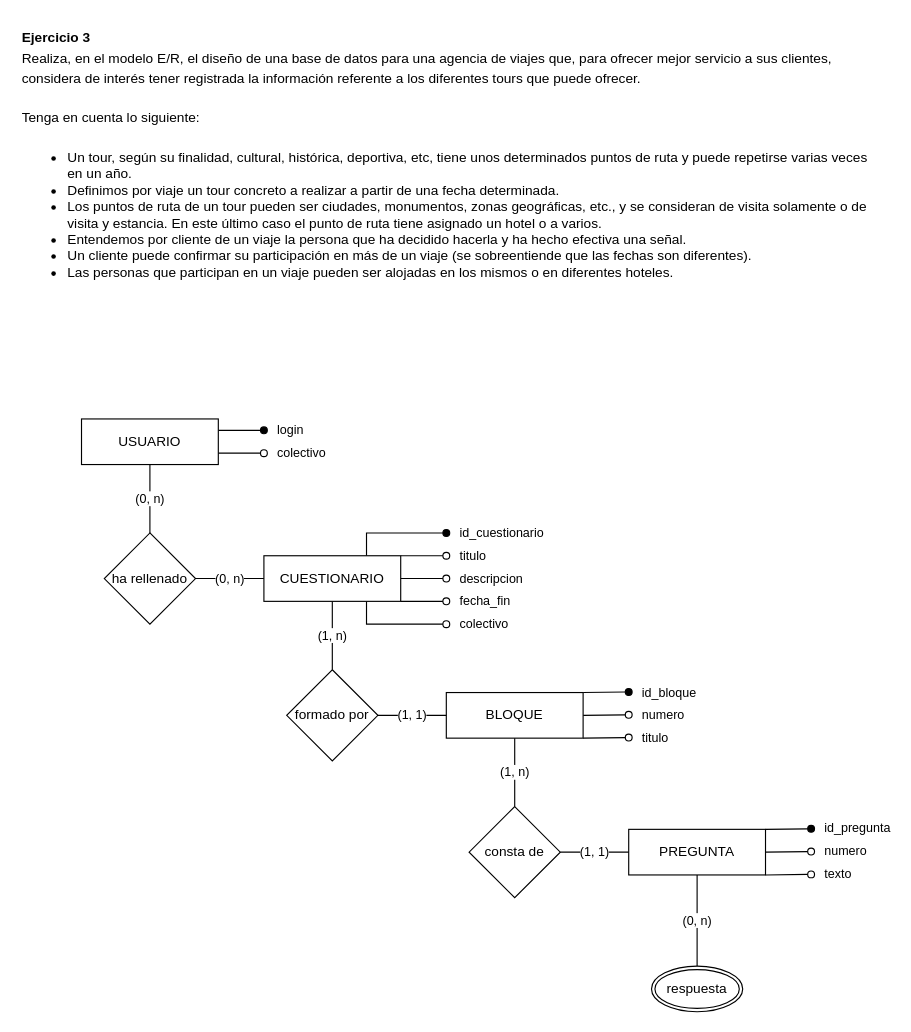
Before: ~Base de Datos/Itinerario 03/Ejercicio3.drawio in zherar7ordoya/AP4, a draw.io diagram. Source tidied: cells renumbered, new cells numbered last; positions are measured from the earlier drawing's top-left corner, leaving out a move shared by most shapes. Both pictures are drawn from the tidied source at 114%, with x=0, y=0 at pixel (19, 19).
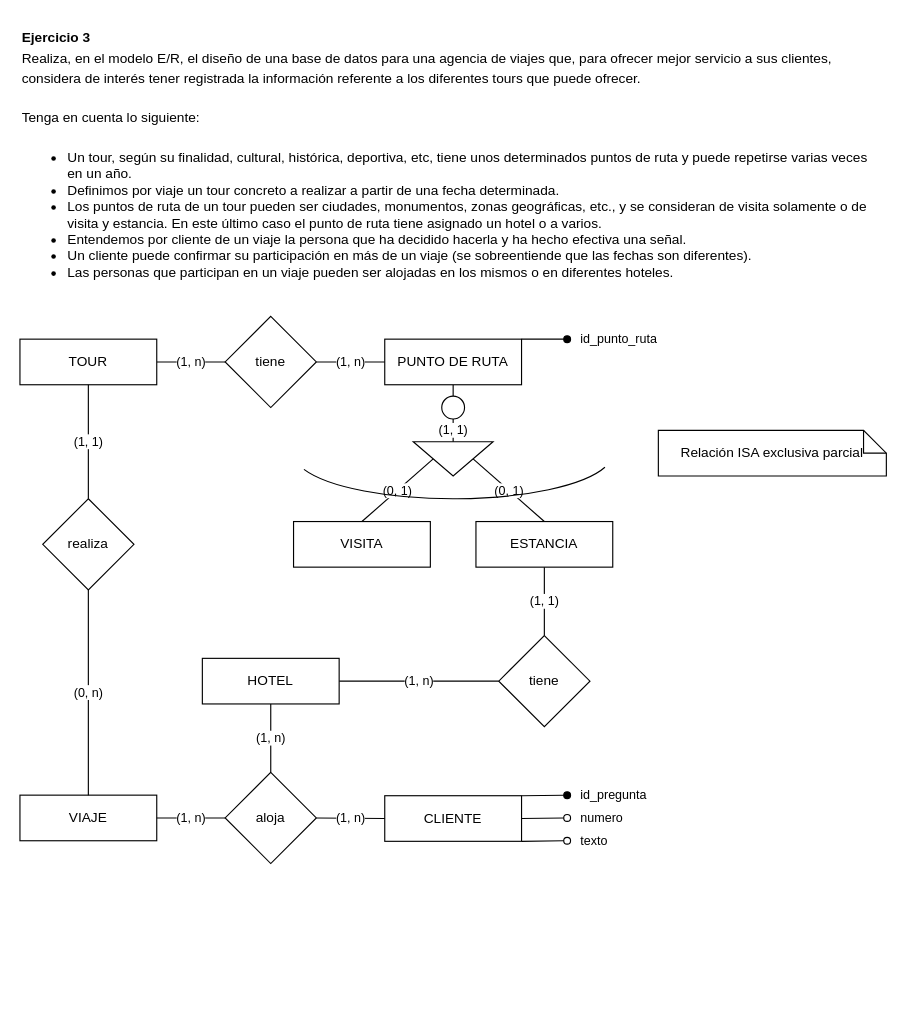
Above is the later version.

Diff of the diagram source:
```diff
@@
-    <mxCell id="2" value="login" style="edgeStyle=none;rounded=0;jettySize=auto;html=1;endArrow=oval;endFill=1;startArrow=none;startFill=0;labelPosition=center;verticalLabelPosition=middle;align=left;verticalAlign=middle;exitX=1;exitY=0.25;exitDx=0;exitDy=0;" parent="1" edge="1" source="5">
-      <mxGeometry x="1" y="10" relative="1" as="geometry">
-        <mxPoint x="214" y="360" as="targetPoint" />
-        <mxPoint x="10" y="10" as="offset" />
-      </mxGeometry>
-    </mxCell>
-    <mxCell id="3" value="(0, n)" style="edgeStyle=none;rounded=0;jettySize=auto;html=1;exitX=0.5;exitY=1;exitDx=0;exitDy=0;startArrow=none;startFill=0;endArrow=none;endFill=0;" parent="1" edge="1" source="5" target="18">
+    <mxCell id="3" value="(1, n)" style="edgeStyle=none;rounded=0;jettySize=auto;html=1;exitX=1;exitY=0.5;exitDx=0;exitDy=0;startArrow=none;startFill=0;endArrow=none;endFill=0;" parent="1" edge="1" source="5" target="18">
       <mxGeometry relative="1" as="geometry" />
     </mxCell>
-    <mxCell id="4" value="colectivo" style="rounded=0;jettySize=auto;html=1;exitX=1;exitY=0.75;exitDx=0;exitDy=0;endArrow=oval;endFill=0;align=left;labelPosition=center;verticalLabelPosition=middle;verticalAlign=middle;" parent="1" edge="1" source="5">
-      <mxGeometry x="1" y="10" relative="1" as="geometry">
-        <mxPoint x="214" y="380" as="targetPoint" />
-        <mxPoint x="10" y="10" as="offset" />
-      </mxGeometry>
-    </mxCell>
-    <mxCell id="5" value="USUARIO" style="whiteSpace=wrap;html=1;align=center;" parent="1" vertex="1">
-      <mxGeometry x="54" y="350" width="120" height="40" as="geometry" />
+    <mxCell id="5" value="TOUR" style="whiteSpace=wrap;html=1;align=center;" parent="1" vertex="1">
+      <mxGeometry y="280" width="120" height="40" as="geometry" />
     </mxCell>
-    <mxCell id="6" value="id_cuestionario" style="rounded=0;jettySize=auto;html=1;exitX=0.75;exitY=0;exitDx=0;exitDy=0;startArrow=none;startFill=0;endArrow=oval;endFill=1;labelPosition=center;verticalLabelPosition=middle;align=left;verticalAlign=middle;" parent="1" edge="1" source="12">
-      <mxGeometry x="1" y="10" relative="1" as="geometry">
-        <mxPoint x="374" y="450" as="targetPoint" />
-        <Array as="points">
-          <mxPoint x="304" y="450" />
-        </Array>
-        <mxPoint x="10" y="10" as="offset" />
-      </mxGeometry>
-    </mxCell>
-    <mxCell id="7" value="colectivo" style="edgeStyle=orthogonalEdgeStyle;rounded=0;jettySize=auto;html=1;exitX=0.75;exitY=1;exitDx=0;exitDy=0;startArrow=none;startFill=0;endArrow=oval;endFill=0;labelPosition=center;verticalLabelPosition=middle;align=left;verticalAlign=middle;" parent="1" edge="1" source="12">
-      <mxGeometry x="1" y="-10" relative="1" as="geometry">
-        <mxPoint x="374" y="530" as="targetPoint" />
-        <Array as="points">
-          <mxPoint x="304" y="530" />
-        </Array>
-        <mxPoint x="10" y="-10" as="offset" />
-      </mxGeometry>
-    </mxCell>
-    <mxCell id="8" value="(1, n)" style="edgeStyle=none;rounded=0;jettySize=auto;html=1;exitX=0.5;exitY=1;exitDx=0;exitDy=0;entryX=0.5;entryY=0;entryDx=0;entryDy=0;startArrow=none;startFill=0;endArrow=none;endFill=0;" parent="1" edge="1" source="12" target="20">
+    <mxCell id="8" value="(1, 1)" style="edgeStyle=none;rounded=0;jettySize=auto;html=1;exitX=0.5;exitY=1;exitDx=0;exitDy=0;entryX=0.5;entryY=0;entryDx=0;entryDy=0;startArrow=none;startFill=0;endArrow=none;endFill=0;" parent="1" edge="1" source="5" target="20">
       <mxGeometry relative="1" as="geometry" />
     </mxCell>
-    <mxCell id="9" value="fecha_fin" style="rounded=1;sketch=0;jettySize=auto;html=1;exitX=1;exitY=1;exitDx=0;exitDy=0;endArrow=oval;endFill=0;align=left;labelPosition=center;verticalLabelPosition=middle;verticalAlign=middle;" parent="1" edge="1" source="12">
-      <mxGeometry x="1" y="10" relative="1" as="geometry">
-        <mxPoint x="374" y="510" as="targetPoint" />
-        <mxPoint x="10" y="10" as="offset" />
-      </mxGeometry>
-    </mxCell>
-    <mxCell id="10" value="descripcion" style="rounded=1;sketch=0;jettySize=auto;html=1;exitX=1;exitY=0.5;exitDx=0;exitDy=0;endArrow=oval;endFill=0;align=left;labelPosition=center;verticalLabelPosition=middle;verticalAlign=middle;" parent="1" edge="1" source="12">
-      <mxGeometry x="1" y="10" relative="1" as="geometry">
-        <mxPoint x="374" y="490" as="targetPoint" />
-        <mxPoint x="10" y="10" as="offset" />
-      </mxGeometry>
-    </mxCell>
-    <mxCell id="11" value="titulo" style="rounded=1;sketch=0;jettySize=auto;html=1;exitX=1;exitY=0;exitDx=0;exitDy=0;endArrow=oval;endFill=0;align=left;labelPosition=center;verticalLabelPosition=middle;verticalAlign=middle;" parent="1" edge="1" source="12">
-      <mxGeometry x="1" y="10" relative="1" as="geometry">
-        <mxPoint x="374" y="470" as="targetPoint" />
-        <mxPoint x="10" y="10" as="offset" />
-      </mxGeometry>
-    </mxCell>
+    <mxCell id="31" style="edgeStyle=none;curved=1;jettySize=auto;html=1;exitX=0.5;exitY=1;exitDx=0;exitDy=0;entryX=0.5;entryY=0;entryDx=0;entryDy=0;endArrow=none;endFill=0;" parent="1" edge="1" source="12" target="40">
+      <mxGeometry relative="1" as="geometry" />
+    </mxCell>
+    <mxCell id="32" value="id_punto_ruta" style="rounded=0;jettySize=auto;html=1;exitX=1;exitY=0;exitDx=0;exitDy=0;endArrow=oval;endFill=1;align=left;" parent="1" edge="1" source="12">
+      <mxGeometry x="1" y="10" relative="1" as="geometry">
+        <mxPoint x="480" y="280" as="targetPoint" />
+        <mxPoint x="10" y="10" as="offset" />
+      </mxGeometry>
+    </mxCell>
-    <mxCell id="12" value="CUESTIONARIO" style="whiteSpace=wrap;html=1;align=center;" parent="1" vertex="1">
-      <mxGeometry x="214" y="470" width="120" height="40" as="geometry" />
+    <mxCell id="12" value="PUNTO DE RUTA" style="whiteSpace=wrap;html=1;align=center;" parent="1" vertex="1">
+      <mxGeometry x="320" y="280" width="120" height="40" as="geometry" />
     </mxCell>
-    <mxCell id="13" value="id_bloque" style="edgeStyle=none;rounded=0;jettySize=auto;html=1;exitX=1;exitY=0;exitDx=0;exitDy=0;startArrow=none;startFill=0;endArrow=oval;endFill=1;labelPosition=center;verticalLabelPosition=middle;align=left;verticalAlign=middle;" parent="1" edge="1" source="16">
-      <mxGeometry x="1" y="10" relative="1" as="geometry">
-        <mxPoint x="534" y="589.5" as="targetPoint" />
-        <mxPoint x="10" y="10" as="offset" />
-      </mxGeometry>
-    </mxCell>
-    <mxCell id="14" value="numero" style="edgeStyle=none;rounded=0;jettySize=auto;html=1;exitX=1;exitY=0.5;exitDx=0;exitDy=0;startArrow=none;startFill=0;endArrow=oval;endFill=0;labelPosition=center;verticalLabelPosition=middle;align=left;verticalAlign=middle;" parent="1" edge="1" source="16">
-      <mxGeometry x="1" y="10" relative="1" as="geometry">
-        <mxPoint x="534" y="609.5" as="targetPoint" />
-        <mxPoint x="10" y="10" as="offset" />
-      </mxGeometry>
-    </mxCell>
-    <mxCell id="15" value="titulo" style="rounded=1;sketch=0;jettySize=auto;html=1;exitX=1;exitY=1;exitDx=0;exitDy=0;endArrow=oval;endFill=0;align=left;labelPosition=center;verticalLabelPosition=middle;verticalAlign=middle;" parent="1" edge="1" source="16">
-      <mxGeometry x="1" y="10" relative="1" as="geometry">
-        <mxPoint x="534" y="629.5" as="targetPoint" />
-        <mxPoint x="10" y="10" as="offset" />
-      </mxGeometry>
-    </mxCell>
-    <mxCell id="16" value="BLOQUE" style="whiteSpace=wrap;html=1;align=center;" parent="1" vertex="1">
-      <mxGeometry x="374" y="590" width="120" height="40" as="geometry" />
+    <mxCell id="16" value="VIAJE" style="whiteSpace=wrap;html=1;align=center;" parent="1" vertex="1">
+      <mxGeometry y="680" width="120" height="40" as="geometry" />
     </mxCell>
-    <mxCell id="17" value="(0, n)" style="edgeStyle=none;rounded=0;jettySize=auto;html=1;exitX=1;exitY=0.5;exitDx=0;exitDy=0;entryX=0;entryY=0.5;entryDx=0;entryDy=0;startArrow=none;startFill=0;endArrow=none;endFill=0;" parent="1" edge="1" source="18" target="12">
+    <mxCell id="17" value="(1, n)" style="edgeStyle=none;rounded=0;jettySize=auto;html=1;exitX=1;exitY=0.5;exitDx=0;exitDy=0;entryX=0;entryY=0.5;entryDx=0;entryDy=0;startArrow=none;startFill=0;endArrow=none;endFill=0;" parent="1" edge="1" source="18" target="12">
       <mxGeometry relative="1" as="geometry" />
     </mxCell>
-    <mxCell id="18" value="ha rellenado" style="shape=rhombus;perimeter=rhombusPerimeter;whiteSpace=wrap;html=1;align=center;" parent="1" vertex="1">
-      <mxGeometry x="74" y="450" width="80" height="80" as="geometry" />
+    <mxCell id="18" value="tiene" style="shape=rhombus;perimeter=rhombusPerimeter;whiteSpace=wrap;html=1;align=center;" parent="1" vertex="1">
+      <mxGeometry x="180" y="260" width="80" height="80" as="geometry" />
     </mxCell>
-    <mxCell id="19" value="(1, 1)" style="edgeStyle=none;rounded=0;jettySize=auto;html=1;exitX=1;exitY=0.5;exitDx=0;exitDy=0;entryX=0;entryY=0.5;entryDx=0;entryDy=0;startArrow=none;startFill=0;endArrow=none;endFill=0;" parent="1" edge="1" source="20" target="16">
+    <mxCell id="19" value="(0, n)" style="edgeStyle=none;rounded=0;jettySize=auto;html=1;exitX=0.5;exitY=1;exitDx=0;exitDy=0;entryX=0.5;entryY=0;entryDx=0;entryDy=0;startArrow=none;startFill=0;endArrow=none;endFill=0;" parent="1" edge="1" source="20" target="16">
       <mxGeometry relative="1" as="geometry" />
     </mxCell>
-    <mxCell id="20" value="formado por" style="shape=rhombus;perimeter=rhombusPerimeter;whiteSpace=wrap;html=1;align=center;" parent="1" vertex="1">
-      <mxGeometry x="234" y="570" width="80" height="80" as="geometry" />
+    <mxCell id="20" value="realiza" style="shape=rhombus;perimeter=rhombusPerimeter;whiteSpace=wrap;html=1;align=center;" parent="1" vertex="1">
+      <mxGeometry x="20" y="420" width="80" height="80" as="geometry" />
     </mxCell>
     <mxCell id="21" value="id_pregunta" style="edgeStyle=none;rounded=0;jettySize=auto;html=1;exitX=1;exitY=0;exitDx=0;exitDy=0;startArrow=none;startFill=0;endArrow=oval;endFill=1;labelPosition=center;verticalLabelPosition=middle;align=left;verticalAlign=middle;" parent="1" edge="1" source="24">
       <mxGeometry x="1" y="-10" relative="1" as="geometry">
-        <mxPoint x="694" y="709.5" as="targetPoint" />
+        <mxPoint x="480" y="680" as="targetPoint" />
         <mxPoint x="10" y="-10" as="offset" />
       </mxGeometry>
     </mxCell>
     <mxCell id="22" value="numero" style="edgeStyle=none;rounded=0;jettySize=auto;html=1;exitX=1;exitY=0.5;exitDx=0;exitDy=0;startArrow=none;startFill=0;endArrow=oval;endFill=0;labelPosition=center;verticalLabelPosition=middle;align=left;verticalAlign=middle;" parent="1" edge="1" source="24">
       <mxGeometry x="1" y="-10" relative="1" as="geometry">
-        <mxPoint x="694" y="729.5" as="targetPoint" />
+        <mxPoint x="480" y="700" as="targetPoint" />
         <mxPoint x="10" y="-10" as="offset" />
       </mxGeometry>
     </mxCell>
     <mxCell id="23" value="texto" style="rounded=1;sketch=0;jettySize=auto;html=1;exitX=1;exitY=1;exitDx=0;exitDy=0;endArrow=oval;endFill=0;align=left;labelPosition=center;verticalLabelPosition=middle;verticalAlign=middle;" parent="1" edge="1" source="24">
       <mxGeometry x="1" y="-10" relative="1" as="geometry">
-        <mxPoint x="694" y="749.5" as="targetPoint" />
+        <mxPoint x="480" y="720" as="targetPoint" />
         <mxPoint x="10" y="-10" as="offset" />
       </mxGeometry>
     </mxCell>
-    <mxCell id="24" value="PREGUNTA" style="whiteSpace=wrap;html=1;align=center;" parent="1" vertex="1">
-      <mxGeometry x="534" y="710" width="120" height="40" as="geometry" />
+    <mxCell id="24" value="CLIENTE" style="whiteSpace=wrap;html=1;align=center;" parent="1" vertex="1">
+      <mxGeometry x="320" y="680.5" width="120" height="40" as="geometry" />
     </mxCell>
-    <mxCell id="25" value="(0, n)" style="edgeStyle=orthogonalEdgeStyle;curved=0;rounded=1;sketch=0;jettySize=auto;html=1;entryX=0.5;entryY=1;entryDx=0;entryDy=0;endArrow=none;endFill=0;exitX=0.5;exitY=0;exitDx=0;exitDy=0;" parent="1" edge="1" source="29" target="24">
-      <mxGeometry relative="1" as="geometry" />
-    </mxCell>
-    <mxCell id="26" value="(1, n)" style="edgeStyle=none;rounded=0;jettySize=auto;html=1;exitX=0.5;exitY=1;exitDx=0;exitDy=0;startArrow=none;startFill=0;endArrow=none;endFill=0;" parent="1" edge="1" source="16" target="28">
+    <mxCell id="26" value="(1, n)" style="edgeStyle=none;rounded=0;jettySize=auto;html=1;exitX=1;exitY=0.5;exitDx=0;exitDy=0;startArrow=none;startFill=0;endArrow=none;endFill=0;" parent="1" edge="1" source="16" target="28">
       <mxGeometry relative="1" as="geometry" />
     </mxCell>
-    <mxCell id="27" value="(1, 1)" style="edgeStyle=none;rounded=0;jettySize=auto;html=1;exitX=1;exitY=0.5;exitDx=0;exitDy=0;startArrow=none;startFill=0;endArrow=none;endFill=0;entryX=0;entryY=0.5;entryDx=0;entryDy=0;" parent="1" edge="1" source="28" target="24">
+    <mxCell id="27" value="(1, n)" style="edgeStyle=none;rounded=0;jettySize=auto;html=1;exitX=1;exitY=0.5;exitDx=0;exitDy=0;startArrow=none;startFill=0;endArrow=none;endFill=0;entryX=0;entryY=0.5;entryDx=0;entryDy=0;" parent="1" edge="1" source="28" target="24">
       <mxGeometry relative="1" as="geometry" />
     </mxCell>
-    <mxCell id="28" value="consta de" style="shape=rhombus;perimeter=rhombusPerimeter;whiteSpace=wrap;html=1;align=center;" parent="1" vertex="1">
-      <mxGeometry x="394" y="690" width="80" height="80" as="geometry" />
+    <mxCell id="28" value="aloja" style="shape=rhombus;perimeter=rhombusPerimeter;whiteSpace=wrap;html=1;align=center;" parent="1" vertex="1">
+      <mxGeometry x="180" y="660" width="80" height="80" as="geometry" />
     </mxCell>
-    <mxCell id="29" value="respuesta" style="ellipse;shape=doubleEllipse;margin=3;whiteSpace=wrap;html=1;align=center;rounded=0;sketch=0;" parent="1" vertex="1">
-      <mxGeometry x="554" y="830" width="80" height="40" as="geometry" />
-    </mxCell>
@@
+    <mxCell id="33" value="(1, n)" style="rounded=0;jettySize=auto;html=1;exitX=0.5;exitY=1;exitDx=0;exitDy=0;entryX=0.5;entryY=0;entryDx=0;entryDy=0;endArrow=none;endFill=0;" parent="1" edge="1" source="35" target="28">
+      <mxGeometry relative="1" as="geometry" />
+    </mxCell>
+    <mxCell id="34" value="(1, n)" style="edgeStyle=none;curved=1;jettySize=auto;html=1;exitX=1;exitY=0.5;exitDx=0;exitDy=0;entryX=0;entryY=0.5;entryDx=0;entryDy=0;endArrow=none;endFill=0;" parent="1" edge="1" source="35" target="45">
+      <mxGeometry relative="1" as="geometry" />
+    </mxCell>
+    <mxCell id="35" value="HOTEL" style="whiteSpace=wrap;html=1;align=center;" parent="1" vertex="1">
+      <mxGeometry x="160" y="560" width="120" height="40" as="geometry" />
+    </mxCell>
+    <mxCell id="36" value="(0, 1)" style="edgeStyle=none;curved=1;jettySize=auto;html=1;exitX=0.5;exitY=0;exitDx=0;exitDy=0;entryX=0.5;entryY=0;entryDx=0;entryDy=0;endArrow=none;endFill=0;" parent="1" edge="1" source="38" target="41">
+      <mxGeometry relative="1" as="geometry" />
+    </mxCell>
+    <mxCell id="37" value="(0, 1)" style="edgeStyle=none;curved=1;jettySize=auto;html=1;exitX=0.5;exitY=1;exitDx=0;exitDy=0;entryX=0.5;entryY=0;entryDx=0;entryDy=0;endArrow=none;endFill=0;" parent="1" edge="1" source="38" target="42">
+      <mxGeometry relative="1" as="geometry" />
+    </mxCell>
+    <mxCell id="38" style="triangle;whiteSpace=wrap;html=1;direction=south;" parent="1" vertex="1">
+      <mxGeometry x="345" y="370" width="70" height="30" as="geometry" />
+    </mxCell>
+    <mxCell id="39" value="(1, 1)" style="edgeStyle=none;curved=1;jettySize=auto;html=1;exitX=0.5;exitY=1;exitDx=0;exitDy=0;entryX=0;entryY=0.5;entryDx=0;entryDy=0;endArrow=none;endFill=0;" parent="1" edge="1" source="40" target="38">
+      <mxGeometry relative="1" as="geometry" />
+    </mxCell>
+    <mxCell id="40" style="ellipse;fillColor=#ffffff;strokeColor=#000000;" parent="1" vertex="1">
+      <mxGeometry x="370" y="330" width="20" height="20" as="geometry" />
+    </mxCell>
+    <mxCell id="41" value="ESTANCIA" style="whiteSpace=wrap;html=1;align=center;" parent="1" vertex="1">
+      <mxGeometry x="400" y="440" width="120" height="40" as="geometry" />
+    </mxCell>
+    <mxCell id="42" value="VISITA" style="whiteSpace=wrap;html=1;align=center;" parent="1" vertex="1">
+      <mxGeometry x="240" y="440" width="120" height="40" as="geometry" />
+    </mxCell>
+    <mxCell id="43" style="verticalLabelPosition=bottom;verticalAlign=top;html=1;shape=mxgraph.basic.arc;startAngle=0.3;endAngle=0.6922033582980243;" parent="1" vertex="1">
+      <mxGeometry x="240" y="340" width="280" height="80" as="geometry" />
+    </mxCell>
+    <mxCell id="44" value="(1, 1)" style="edgeStyle=none;curved=1;jettySize=auto;html=1;exitX=0.5;exitY=0;exitDx=0;exitDy=0;entryX=0.5;entryY=1;entryDx=0;entryDy=0;endArrow=none;endFill=0;" parent="1" edge="1" source="45" target="41">
+      <mxGeometry relative="1" as="geometry" />
+    </mxCell>
+    <mxCell id="45" value="tiene" style="shape=rhombus;perimeter=rhombusPerimeter;whiteSpace=wrap;html=1;align=center;" parent="1" vertex="1">
+      <mxGeometry x="420" y="540" width="80" height="80" as="geometry" />
+    </mxCell>
+    <mxCell id="46" value="Relación ISA exclusiva parcial" style="shape=note;size=20;whiteSpace=wrap;html=1;" parent="1" vertex="1">
+      <mxGeometry x="560" y="360" width="200" height="40" as="geometry" />
+    </mxCell>
```
